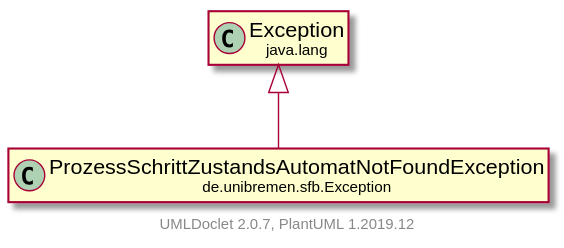
fkehlenb/softwareprojekt-2 keeps this PlantUML diagram as doc/UML/modulsichtSVG/ProzessSchrittZustandsAutomatNotFoundException.svg. Above is the earlier version. Its diagram source:
```plantuml
@startuml
    set namespaceSeparator none
    hide empty fields
    hide empty methods

    class "<size:14>ProzessSchrittZustandsAutomatNotFoundException\n<size:10>de.unibremen.sfb.Exception" as de.unibremen.sfb.Exception.ProzessSchrittZustandsAutomatNotFoundException [[ProzessSchrittZustandsAutomatNotFoundException.html]]

    class "<size:14>Exception\n<size:10>java.lang" as java.lang.Exception [[https://docs.oracle.com/en/java/javase/11/docs/api/java.base/java/lang/Exception.html?is-external=true]]

    java.lang.Exception <|-- de.unibremen.sfb.Exception.ProzessSchrittZustandsAutomatNotFoundException

    center footer UMLDoclet 2.0.7, PlantUML 1.2019.12
@enduml
```
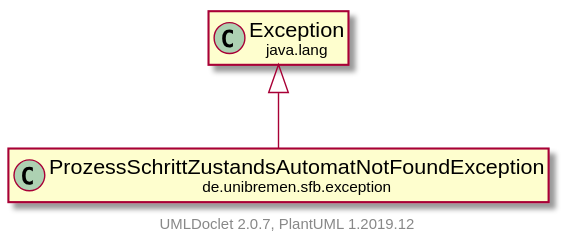
After the change.

The edit, as a diff of the source:
```diff
@@ -3,11 +3,11 @@
     hide empty fields
     hide empty methods
 
-    class "<size:14>ProzessSchrittZustandsAutomatNotFoundException\n<size:10>de.unibremen.sfb.Exception" as de.unibremen.sfb.Exception.ProzessSchrittZustandsAutomatNotFoundException [[ProzessSchrittZustandsAutomatNotFoundException.html]]
+    class "<size:14>ProzessSchrittZustandsAutomatNotFoundException\n<size:10>de.unibremen.sfb.exception" as de.unibremen.sfb.exception.ProzessSchrittZustandsAutomatNotFoundException [[ProzessSchrittZustandsAutomatNotFoundException.html]]
 
-    class "<size:14>Exception\n<size:10>java.lang" as java.lang.Exception [[https://docs.oracle.com/en/java/javase/11/docs/api/java.base/java/lang/Exception.html?is-external=true]]
+    class "<size:14>exception\n<size:10>java.lang" as java.lang.exception [[https://docs.oracle.com/en/java/javase/11/docs/api/java.base/java/lang/Exception.html?is-external=true]]
 
-    java.lang.Exception <|-- de.unibremen.sfb.Exception.ProzessSchrittZustandsAutomatNotFoundException
+    java.lang.exception <|-- de.unibremen.sfb.exception.ProzessSchrittZustandsAutomatNotFoundException
 
     center footer UMLDoclet 2.0.7, PlantUML 1.2019.12
 @enduml
```
